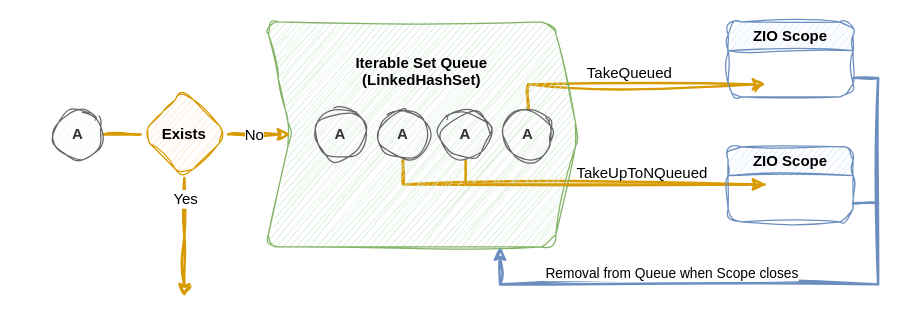
The draw.io diagram assets/images/2024/04/distinct_job_queue.drawio in stevenrskelton/stevenrskelton.github.io, before the edit. Source tidied: cells renumbered, new cells numbered last; positions are measured from the earlier drawing's top-left corner, leaving out a move shared by most shapes. Both pictures are drawn from the tidied source at 125%, with x=0, y=0 at pixel (52, 21).
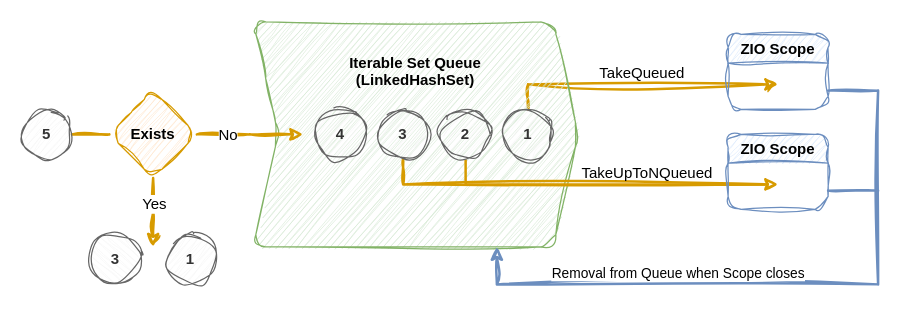
Above is the later version.

The edit, as a diff of the source:
```diff
@@
     <mxCell id="2" style="edgeStyle=orthogonalEdgeStyle;rounded=0;jettySize=auto;html=1;fillColor=#ffe6cc;strokeColor=#d79b00;strokeWidth=2;sketch=1;curveFitting=1;jiggle=2;exitX=0.5;exitY=0;exitDx=0;exitDy=0;" parent="1" edge="1" source="21">
       <mxGeometry relative="1" as="geometry">
-        <mxPoint x="570" y="50" as="targetPoint" />
+        <mxPoint x="580" y="50" as="targetPoint" />
         <Array as="points">
           <mxPoint x="380" y="50" />
         </Array>
       </mxGeometry>
     </mxCell>
@@
+    <mxCell id="6" value="Iterable Set Queue&lt;br&gt;&lt;div&gt;(LinkedHashSet)&lt;/div&gt;&lt;div&gt;&lt;br&gt;&lt;/div&gt;&lt;div&gt;&lt;br&gt;&lt;/div&gt;&lt;div&gt;&lt;br&gt;&lt;/div&gt;&lt;div&gt;&lt;br&gt;&lt;/div&gt;&lt;div&gt;&lt;br&gt;&lt;/div&gt;&lt;div&gt;&lt;br&gt;&lt;/div&gt;&lt;div&gt;&lt;br&gt;&lt;/div&gt;" style="shape=step;perimeter=stepPerimeter;whiteSpace=wrap;html=1;fixedSize=1;rounded=1;sketch=1;curveFitting=1;jiggle=2;fillColor=#d5e8d4;strokeColor=#82b366;shadow=0;textShadow=0;fontStyle=1;" parent="1" vertex="1">
+      <mxGeometry x="160" width="260" height="180" as="geometry" />
+    </mxCell>
     <mxCell id="4" style="edgeStyle=orthogonalEdgeStyle;rounded=0;jettySize=auto;html=1;exitX=0.5;exitY=1;exitDx=0;exitDy=0;fillColor=#ffe6cc;strokeColor=#d79b00;shadow=0;textShadow=0;sketch=1;curveFitting=1;jiggle=2;strokeWidth=2;" parent="1" edge="1" source="18">
       <mxGeometry relative="1" as="geometry">
-        <mxPoint x="570" y="130" as="targetPoint" />
+        <mxPoint x="580" y="130" as="targetPoint" />
         <Array as="points">
           <mxPoint x="280" y="130" />
         </Array>
       </mxGeometry>
     </mxCell>
@@
-    <mxCell id="6" value="Iterable Set Queue&lt;br&gt;&lt;div&gt;(LinkedHashSet)&lt;/div&gt;&lt;div&gt;&lt;br&gt;&lt;/div&gt;&lt;div&gt;&lt;br&gt;&lt;/div&gt;&lt;div&gt;&lt;br&gt;&lt;/div&gt;&lt;div&gt;&lt;br&gt;&lt;/div&gt;&lt;div&gt;&lt;br&gt;&lt;/div&gt;&lt;div&gt;&lt;br&gt;&lt;/div&gt;&lt;div&gt;&lt;br&gt;&lt;/div&gt;" style="shape=step;perimeter=stepPerimeter;whiteSpace=wrap;html=1;fixedSize=1;rounded=1;sketch=1;curveFitting=1;jiggle=2;fillColor=#d5e8d4;strokeColor=#82b366;shadow=0;textShadow=0;fontStyle=1;" parent="1" vertex="1">
-      <mxGeometry x="170" width="250" height="180" as="geometry" />
-    </mxCell>
@@
     <mxCell id="8" value="Exists" style="rhombus;whiteSpace=wrap;html=1;fillColor=#ffe6cc;strokeColor=#d79b00;rounded=1;sketch=1;curveFitting=1;jiggle=2;shadow=0;textShadow=0;fontStyle=1;" parent="1" vertex="1">
-      <mxGeometry x="70" y="55" width="70" height="70" as="geometry" />
+      <mxGeometry x="45" y="55" width="70" height="70" as="geometry" />
     </mxCell>
-    <mxCell id="9" style="edgeStyle=orthogonalEdgeStyle;rounded=0;jettySize=auto;html=1;exitX=1;exitY=0.5;exitDx=0;exitDy=0;shadow=0;textShadow=0;sketch=1;curveFitting=1;jiggle=2;flowAnimation=0;fillColor=#ffe6cc;strokeColor=#d79b00;strokeWidth=2;entryX=0;entryY=0.5;entryDx=0;entryDy=0;" parent="1" edge="1" source="8" target="6">
-      <mxGeometry relative="1" as="geometry" />
+    <mxCell id="9" style="edgeStyle=orthogonalEdgeStyle;rounded=0;jettySize=auto;html=1;exitX=1;exitY=0.5;exitDx=0;exitDy=0;shadow=0;textShadow=0;sketch=1;curveFitting=1;jiggle=2;flowAnimation=0;fillColor=#ffe6cc;strokeColor=#d79b00;strokeWidth=2;" parent="1" edge="1" source="8">
+      <mxGeometry relative="1" as="geometry">
+        <mxPoint x="200" y="90" as="targetPoint" />
+      </mxGeometry>
     </mxCell>
     <mxCell id="10" value="No" style="edgeLabel;html=1;align=center;verticalAlign=middle;labelBackgroundColor=default;fontSize=12;spacingTop=0;labelBorderColor=none;" parent="9" vertex="1">
       <mxGeometry x="0.32" y="-2" relative="1" as="geometry">
-        <mxPoint x="-6" y="-2" as="offset" />
+        <mxPoint x="-31" y="-2" as="offset" />
       </mxGeometry>
     </mxCell>
     <mxCell id="11" style="edgeStyle=orthogonalEdgeStyle;rounded=0;jettySize=auto;html=1;exitX=0.5;exitY=1;exitDx=0;exitDy=0;shadow=0;textShadow=0;sketch=1;curveFitting=1;jiggle=2;flowAnimation=0;fillColor=#ffe6cc;strokeColor=#d79b00;strokeWidth=2;" parent="1" edge="1" source="8">
       <mxGeometry relative="1" as="geometry">
-        <mxPoint x="105" y="220" as="targetPoint" />
+        <mxPoint x="80" y="180" as="targetPoint" />
       </mxGeometry>
     </mxCell>
     <mxCell id="12" value="Yes" style="edgeLabel;html=1;align=center;verticalAlign=middle;labelBackgroundColor=default;fontSize=12;spacingTop=2;" parent="11" vertex="1">
       <mxGeometry x="0.32" y="-2" relative="1" as="geometry">
-        <mxPoint x="2" y="-47" as="offset" />
+        <mxPoint x="2" y="-17" as="offset" />
       </mxGeometry>
     </mxCell>
     <mxCell id="13" style="edgeStyle=orthogonalEdgeStyle;rounded=0;jettySize=auto;html=1;entryX=0.75;entryY=1;entryDx=0;entryDy=0;fillColor=#dae8fc;strokeColor=#6c8ebf;strokeWidth=2;sketch=1;curveFitting=1;jiggle=2;exitX=1;exitY=0.75;exitDx=0;exitDy=0;" parent="1" edge="1" source="15" target="6">
       <mxGeometry relative="1" as="geometry">
         <Array as="points">
-          <mxPoint x="660" y="45" />
+          <mxPoint x="660" y="55" />
           <mxPoint x="660" y="210" />
-          <mxPoint x="358" y="210" />
+          <mxPoint x="355" y="210" />
         </Array>
       </mxGeometry>
     </mxCell>
@@
     <mxCell id="15" value="ZIO Scope" style="swimlane;whiteSpace=wrap;html=1;fillColor=#dae8fc;strokeColor=#6c8ebf;rounded=1;swimlaneLine=1;sketch=1;curveFitting=1;jiggle=2;" parent="1" vertex="1">
-      <mxGeometry x="540" width="100" height="60" as="geometry" />
+      <mxGeometry x="540" y="10" width="80" height="60" as="geometry" />
     </mxCell>
-    <mxCell id="16" value="&lt;b&gt;A&lt;/b&gt;" style="ellipse;whiteSpace=wrap;html=1;sketch=1;curveFitting=1;jiggle=2;fillColor=#f5f5f5;fontColor=#333333;strokeColor=#666666;" parent="1" vertex="1">
-      <mxGeometry y="70" width="40" height="40" as="geometry" />
+    <mxCell id="16" value="&lt;b&gt;5&lt;/b&gt;" style="ellipse;whiteSpace=wrap;html=1;sketch=1;curveFitting=1;jiggle=2;fillColor=#f5f5f5;fontColor=#333333;strokeColor=#666666;" parent="1" vertex="1">
+      <mxGeometry x="-25" y="70" width="40" height="40" as="geometry" />
     </mxCell>
-    <mxCell id="17" value="&lt;b&gt;A&lt;/b&gt;" style="ellipse;whiteSpace=wrap;html=1;sketch=1;curveFitting=1;jiggle=2;fillColor=#f5f5f5;fontColor=#333333;strokeColor=#666666;" parent="1" vertex="1">
+    <mxCell id="17" value="&lt;b&gt;4&lt;/b&gt;" style="ellipse;whiteSpace=wrap;html=1;sketch=1;curveFitting=1;jiggle=2;fillColor=#f5f5f5;fontColor=#333333;strokeColor=#666666;" parent="1" vertex="1">
       <mxGeometry x="210" y="70" width="40" height="40" as="geometry" />
     </mxCell>
-    <mxCell id="18" value="&lt;b&gt;A&lt;/b&gt;" style="ellipse;whiteSpace=wrap;html=1;sketch=1;curveFitting=1;jiggle=2;fillColor=#f5f5f5;fontColor=#333333;strokeColor=#666666;" parent="1" vertex="1">
+    <mxCell id="18" value="&lt;b&gt;3&lt;/b&gt;" style="ellipse;whiteSpace=wrap;html=1;sketch=1;curveFitting=1;jiggle=2;fillColor=#f5f5f5;fontColor=#333333;strokeColor=#666666;" parent="1" vertex="1">
       <mxGeometry x="260" y="70" width="40" height="40" as="geometry" />
     </mxCell>
@@
-    <mxCell id="20" value="&lt;b&gt;A&lt;/b&gt;" style="ellipse;whiteSpace=wrap;html=1;sketch=1;curveFitting=1;jiggle=2;fillColor=#f5f5f5;fontColor=#333333;strokeColor=#666666;" parent="1" vertex="1">
+    <mxCell id="20" value="&lt;b&gt;2&lt;/b&gt;" style="ellipse;whiteSpace=wrap;html=1;sketch=1;curveFitting=1;jiggle=2;fillColor=#f5f5f5;fontColor=#333333;strokeColor=#666666;" parent="1" vertex="1">
       <mxGeometry x="310" y="70" width="40" height="40" as="geometry" />
     </mxCell>
-    <mxCell id="21" value="&lt;b&gt;A&lt;/b&gt;" style="ellipse;whiteSpace=wrap;html=1;sketch=1;curveFitting=1;jiggle=2;fillColor=#f5f5f5;fontColor=#333333;strokeColor=#666666;" parent="1" vertex="1">
+    <mxCell id="21" value="&lt;b&gt;1&lt;/b&gt;" style="ellipse;whiteSpace=wrap;html=1;sketch=1;curveFitting=1;jiggle=2;fillColor=#f5f5f5;fontColor=#333333;strokeColor=#666666;" parent="1" vertex="1">
       <mxGeometry x="360" y="70" width="40" height="40" as="geometry" />
     </mxCell>
     <mxCell id="22" style="edgeStyle=orthogonalEdgeStyle;rounded=0;jettySize=auto;html=1;exitX=1;exitY=0.75;exitDx=0;exitDy=0;strokeWidth=2;fillColor=#dae8fc;strokeColor=#6c8ebf;endArrow=none;endFill=0;sketch=1;curveFitting=1;jiggle=2;" parent="1" edge="1" source="23">
       <mxGeometry relative="1" as="geometry">
-        <mxPoint x="660" y="145" as="targetPoint" />
+        <mxPoint x="660" y="135" as="targetPoint" />
+        <Array as="points">
+          <mxPoint x="660" y="135" />
+        </Array>
       </mxGeometry>
     </mxCell>
     <mxCell id="23" value="ZIO Scope" style="swimlane;whiteSpace=wrap;html=1;fillColor=#dae8fc;strokeColor=#6c8ebf;rounded=1;swimlaneLine=1;sketch=1;curveFitting=1;jiggle=2;" parent="1" vertex="1">
-      <mxGeometry x="540" y="100" width="100" height="60" as="geometry" />
+      <mxGeometry x="540" y="90" width="80" height="60" as="geometry" />
     </mxCell>
+    <mxCell id="24" value="&lt;b&gt;1&lt;/b&gt;" style="ellipse;whiteSpace=wrap;html=1;sketch=1;curveFitting=1;jiggle=2;fillColor=#f5f5f5;fontColor=#333333;strokeColor=#666666;" parent="1" vertex="1">
+      <mxGeometry x="90" y="170" width="40" height="40" as="geometry" />
+    </mxCell>
+    <mxCell id="25" value="&lt;b&gt;3&lt;/b&gt;" style="ellipse;whiteSpace=wrap;html=1;sketch=1;curveFitting=1;jiggle=2;fillColor=#f5f5f5;fontColor=#333333;strokeColor=#666666;direction=south;" parent="1" vertex="1">
+      <mxGeometry x="30" y="170" width="40" height="40" as="geometry" />
+    </mxCell>
```
